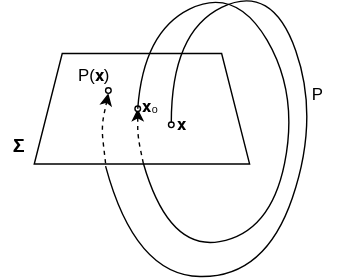
Above: diagrams/poincare_maps.drawio.svg in sceptri/masters-thesis (draw.io), before the change. Source tidied: cells renumbered, new cells last; positions are measured from the earlier drawing's top-left corner, leaving out a move shared by most shapes. Source of this version:
```xml
<mxGraphModel math="1">
  <root>
    <mxCell id="0" />
    <mxCell id="1" parent="0" />
    <mxCell id="2" style="shape=trapezoid;perimeter=trapezoidPerimeter;whiteSpace=wrap;html=1;fixedSize=1;size=20;" parent="1" vertex="1">
      <mxGeometry x="24" y="50.5" width="154" height="79" as="geometry" />
    </mxCell>
    <mxCell id="3" style="endArrow=classic;dashed=1;entryX=0.5;entryY=1;entryDx=0;entryDy=0;" parent="1" edge="1" target="7">
      <mxGeometry relative="1" as="geometry">
        <mxPoint x="75" y="129" as="sourcePoint" />
        <Array as="points">
          <mxPoint x="72" y="103" />
        </Array>
      </mxGeometry>
    </mxCell>
    <mxCell id="4" style="endArrow=classic;dashed=1;" parent="1" edge="1">
      <mxGeometry relative="1" as="geometry">
        <mxPoint x="102" y="129" as="sourcePoint" />
        <mxPoint x="98" y="90" as="targetPoint" />
        <Array as="points">
          <mxPoint x="98" y="110" />
        </Array>
      </mxGeometry>
    </mxCell>
    <mxCell id="5" style="ellipse;whiteSpace=wrap;" parent="1" vertex="1">
      <mxGeometry x="120" y="99.5" width="4" height="4" as="geometry" />
    </mxCell>
    <mxCell id="6" style="ellipse;whiteSpace=wrap;" parent="1" vertex="1">
      <mxGeometry x="96" y="88" width="4" height="4" as="geometry" />
    </mxCell>
    <mxCell id="7" style="ellipse;whiteSpace=wrap;" parent="1" vertex="1">
      <mxGeometry x="75" y="75" width="4" height="4" as="geometry" />
    </mxCell>
    <mxCell id="8" value="P" style="text;align=center;verticalAlign=middle;strokeColor=none;fillColor=none;" parent="1" vertex="1">
      <mxGeometry x="214" y="66" width="26" height="26" as="geometry" />
    </mxCell>
    <mxCell id="9" value="𝐱₀" style="text;align=center;verticalAlign=middle;strokeColor=none;fillColor=none;" parent="1" vertex="1">
      <mxGeometry x="93" y="75" width="29" height="26" as="geometry" />
    </mxCell>
    <mxCell id="10" value="P(𝐱)" style="text;align=center;verticalAlign=middle;strokeColor=none;fillColor=none;" parent="1" vertex="1">
      <mxGeometry x="47" y="53" width="40" height="26" as="geometry" />
    </mxCell>
    <mxCell id="11" value="𝐱" style="text;align=center;verticalAlign=middle;strokeColor=none;fillColor=none;" parent="1" vertex="1">
      <mxGeometry x="118" y="88" width="24" height="26" as="geometry" />
    </mxCell>
    <mxCell id="12" value="𝚺" style="text;align=center;verticalAlign=middle;strokeColor=none;fillColor=none;" parent="1" vertex="1">
      <mxGeometry y="103.5" width="26" height="26" as="geometry" />
    </mxCell>
    <mxCell id="13" style="curved=1;endArrow=none;endFill=0;" parent="1" edge="1">
      <mxGeometry relative="1" as="geometry">
        <mxPoint x="98" y="90" as="sourcePoint" />
        <mxPoint x="102" y="129" as="targetPoint" />
        <Array as="points">
          <mxPoint x="102" y="35" />
          <mxPoint x="168" y="2.5" />
          <mxPoint x="213" y="79.5" />
          <mxPoint x="193" y="178.5" />
          <mxPoint x="120" y="191.5" />
        </Array>
      </mxGeometry>
    </mxCell>
    <mxCell id="14" style="curved=1;endArrow=none;endFill=0;" parent="1" edge="1">
      <mxGeometry relative="1" as="geometry">
        <mxPoint x="122" y="100" as="sourcePoint" />
        <mxPoint x="75" y="131" as="targetPoint" />
        <Array as="points">
          <mxPoint x="122" y="35" />
          <mxPoint x="194" />
          <mxPoint x="228" y="97" />
          <mxPoint x="189" y="211" />
          <mxPoint x="96" y="209" />
        </Array>
      </mxGeometry>
    </mxCell>
  </root>
</mxGraphModel>
```
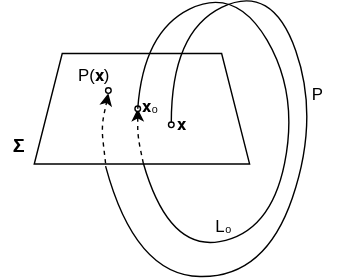
After the commit.

Diff of the diagram source:
```diff
@@ -72,5 +72,8 @@
         </Array>
       </mxGeometry>
     </mxCell>
+    <mxCell id="15" value="L₀" style="text;whiteSpace=wrap;html=1;" parent="1" vertex="1">
+      <mxGeometry x="152" y="161" width="40" height="36" as="geometry" />
+    </mxCell>
   </root>
 </mxGraphModel>
```
